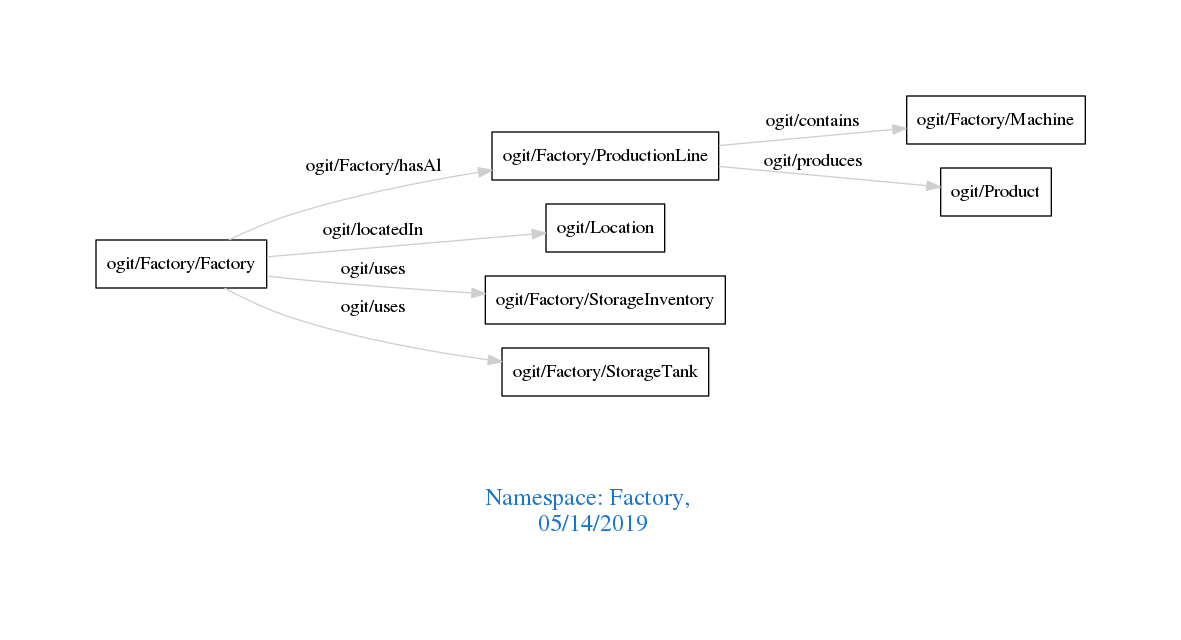
Earlier version of the Graphviz export downloads/Factory.png (arago/OGIT). Its source is kept beside it as downloads/Factory.dot. Its diagram source:
```dot
digraph OGIT_ontology {
 graph [ rankdir= LR,pad=1
fontsize = 18,
fontcolor= dodgerblue3,label = "\n\n\nNamespace: Factory, \n 05/14/2019"];
node[shape=polygon];
edge [  color="gray81"];

   "ogit/Factory/ProductionLine" -> "ogit/Factory/Machine" [label="   ogit/contains    "];
   "ogit/Factory/Factory" -> "ogit/Factory/ProductionLine" [label="   ogit/Factory/hasAl    "];
   "ogit/Factory/Factory" -> "ogit/Location" [label="   ogit/locatedIn    "];
   "ogit/Factory/ProductionLine" -> "ogit/Product" [label="   ogit/produces    "];
   "ogit/Factory/Factory" -> "ogit/Factory/StorageInventory" [label="   ogit/uses    "];
   "ogit/Factory/Factory" -> "ogit/Factory/StorageTank" [label="   ogit/uses    "];
}
```
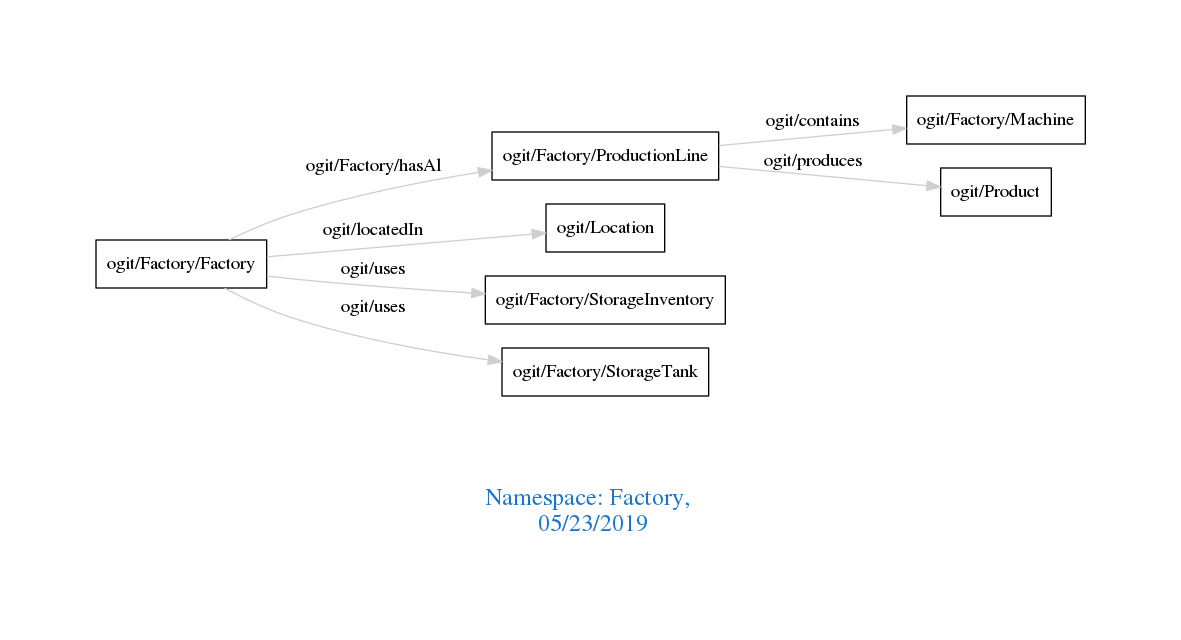
The same file after the commit.

The edit, as a diff of the source:
```diff
@@ -1,7 +1,7 @@
 digraph OGIT_ontology {
  graph [ rankdir= LR,pad=1
 fontsize = 18,
-fontcolor= dodgerblue3,label = "\n\n\nNamespace: Factory, \n 05/14/2019"];
+fontcolor= dodgerblue3,label = "\n\n\nNamespace: Factory, \n 05/23/2019"];
 node[shape=polygon];
 edge [  color="gray81"];
 
```
